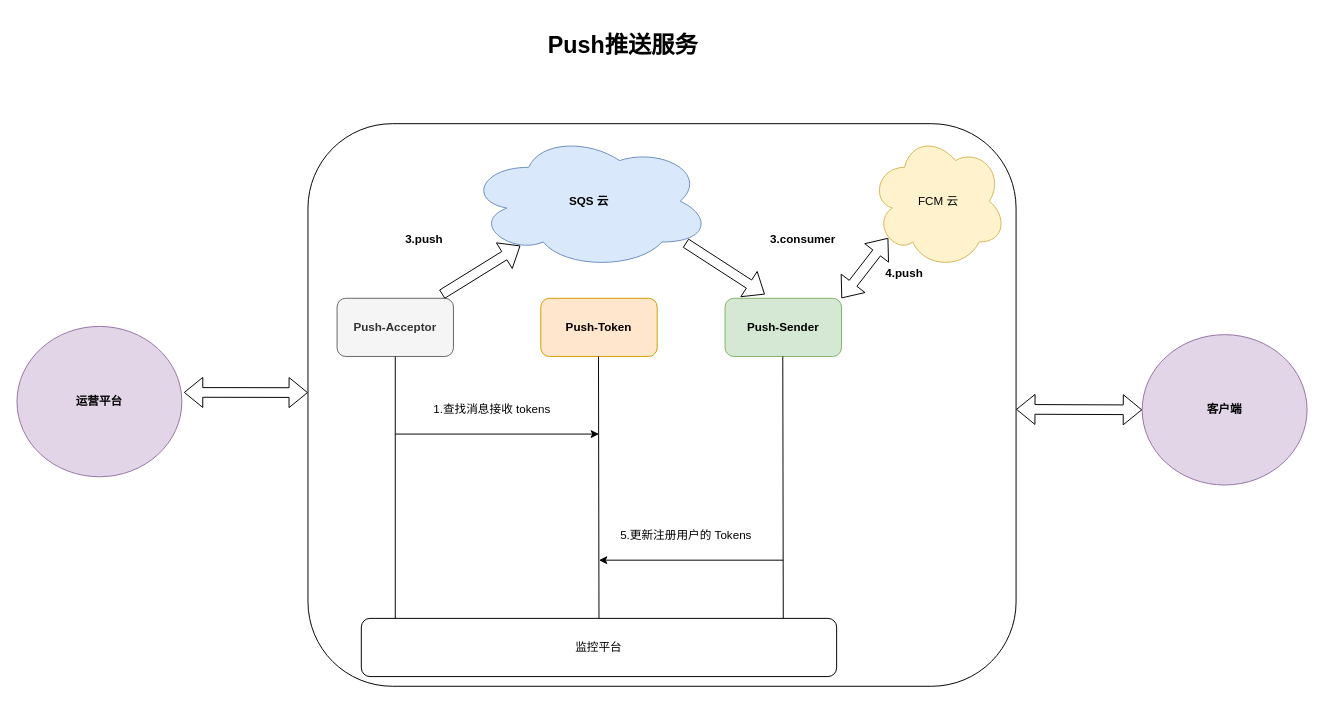
This is youdaoyun/push服务.drawio from To-echo/blog-pic, a draw.io file, before an edit. Source tidied: cells renumbered, new cells numbered last; positions are measured from the earlier drawing's top-left corner, leaving out a move shared by most shapes. Both pictures are drawn from the tidied source at 97%, with x=0, y=0 at pixel (16, 36).
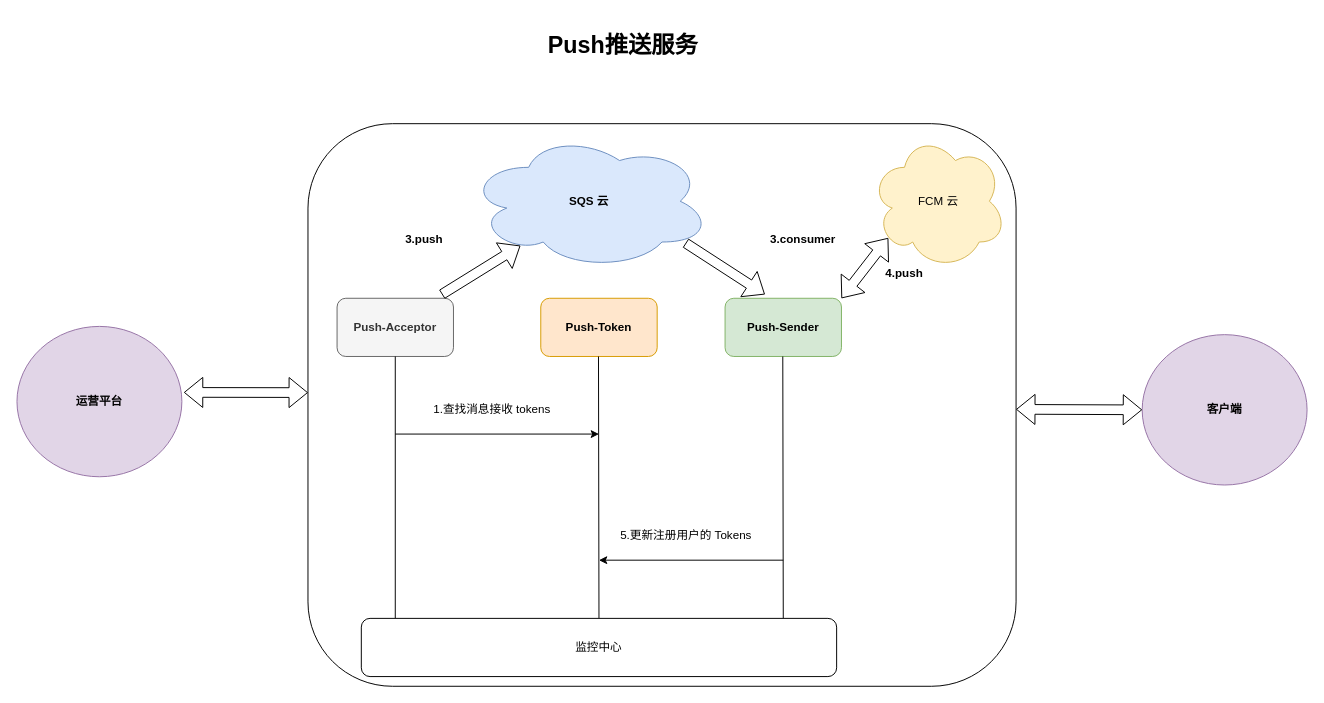
After the change.

What changed in the source:
```diff
@@
-    <mxCell id="21" value="监控平台" style="rounded=1;whiteSpace=wrap;html=1;" parent="1" vertex="1">
+    <mxCell id="21" value="监控中心" style="rounded=1;whiteSpace=wrap;html=1;" parent="1" vertex="1">
       <mxGeometry x="355" y="600" width="490" height="60" as="geometry" />
     </mxCell>
```
